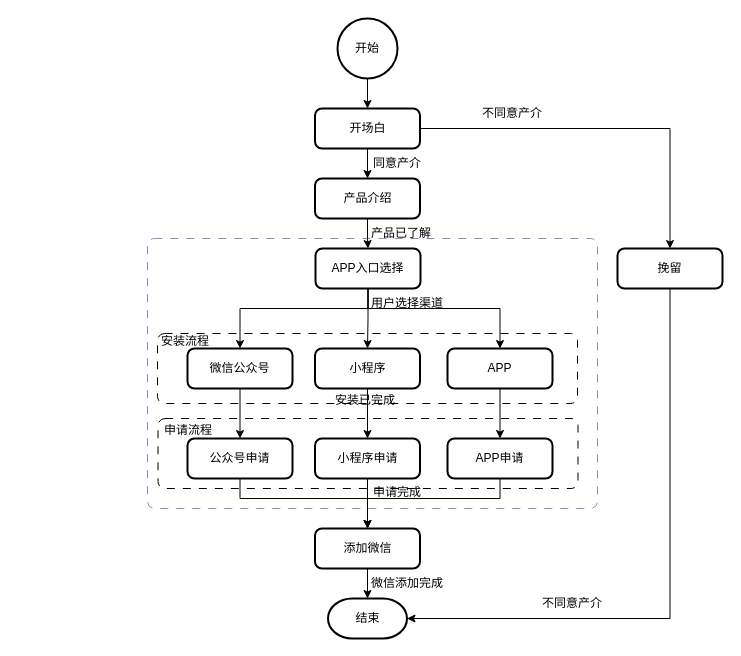
This is page "第 1 页" (1 of 2) of 未命名绘图.drawio from Qiuzg/fluent, a draw.io file, before an edit. Source tidied: cells renumbered, new cells numbered last; positions are measured from the earlier drawing's top-left corner, leaving out a move shared by most shapes. Both pictures are drawn from the tidied source at 100%, with x=0, y=0 at pixel (147, 18).
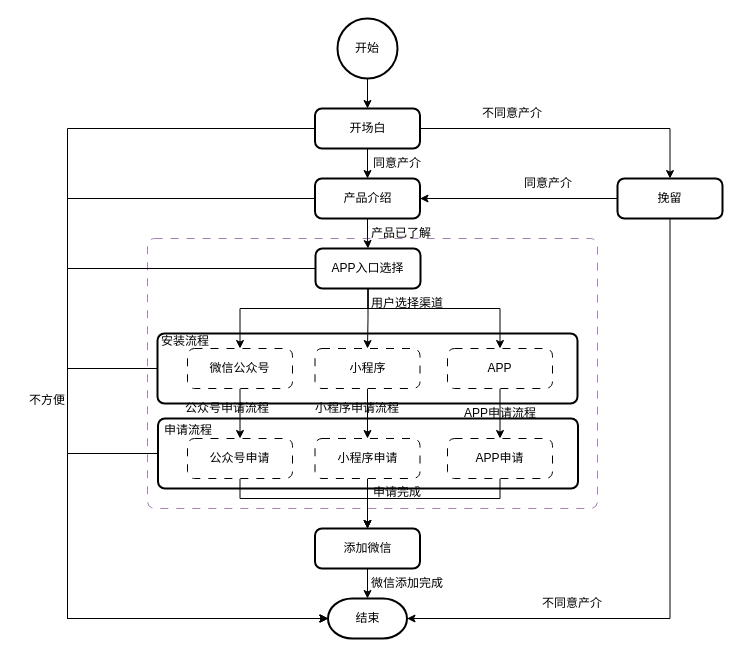
The same page after the edit.

Commit message (it also covers changes not shown here):
更新未命名绘图.drawio

Unchanged cells that the change refers to:
```xml
<mxCell id="9" value="开场白" style="rounded=1;whiteSpace=wrap;html=1;absoluteArcSize=1;arcSize=14;strokeWidth=2;" parent="1" vertex="1">
  <mxGeometry x="167.5" y="90" width="105" height="40" as="geometry" />
</mxCell>
<mxCell id="11" value="产品介绍" style="rounded=1;whiteSpace=wrap;html=1;absoluteArcSize=1;arcSize=14;strokeWidth=2;" parent="1" vertex="1">
  <mxGeometry x="167.5" y="160" width="105" height="40" as="geometry" />
</mxCell>
<mxCell id="15" value="APP入口选择" style="rounded=1;whiteSpace=wrap;html=1;absoluteArcSize=1;arcSize=14;strokeWidth=2;" parent="1" vertex="1">
  <mxGeometry x="168" y="230" width="105" height="40" as="geometry" />
</mxCell>
<mxCell id="30" value="结束" style="strokeWidth=2;html=1;shape=mxgraph.flowchart.terminator;whiteSpace=wrap;" parent="1" vertex="1">
  <mxGeometry x="180.5" y="580" width="79" height="40" as="geometry" />
</mxCell>
```

Diff of the diagram source:
```diff
@@
-    <mxCell id="3" style="rounded=1;whiteSpace=wrap;html=1;absoluteArcSize=1;arcSize=14;strokeWidth=1;dashed=1;dashPattern=8 8;" parent="1" vertex="1">
+    <mxCell id="3" style="rounded=1;whiteSpace=wrap;html=1;absoluteArcSize=1;arcSize=14;strokeWidth=2;" parent="1" vertex="1">
       <mxGeometry x="10.5" y="400" width="420" height="70" as="geometry" />
     </mxCell>
-    <mxCell id="4" style="rounded=1;whiteSpace=wrap;html=1;absoluteArcSize=1;arcSize=14;strokeWidth=1;dashed=1;dashPattern=8 8;" parent="1" vertex="1">
+    <mxCell id="4" style="rounded=1;whiteSpace=wrap;html=1;absoluteArcSize=1;arcSize=14;strokeWidth=2;" parent="1" vertex="1">
       <mxGeometry x="10" y="315" width="420" height="70" as="geometry" />
     </mxCell>
@@
-    <mxCell id="17" value="微信公众号" style="rounded=1;whiteSpace=wrap;html=1;absoluteArcSize=1;arcSize=14;strokeWidth=2;" parent="1" vertex="1">
+    <mxCell id="17" value="微信公众号" style="rounded=1;whiteSpace=wrap;html=1;absoluteArcSize=1;arcSize=14;strokeWidth=1;dashed=1;dashPattern=8 8;" parent="1" vertex="1">
       <mxGeometry x="40" y="330" width="105" height="40" as="geometry" />
     </mxCell>
@@
-    <mxCell id="19" value="小程序" style="rounded=1;whiteSpace=wrap;html=1;absoluteArcSize=1;arcSize=14;strokeWidth=2;" parent="1" vertex="1">
+    <mxCell id="19" value="小程序" style="rounded=1;whiteSpace=wrap;html=1;absoluteArcSize=1;arcSize=14;strokeWidth=1;dashed=1;dashPattern=8 8;" parent="1" vertex="1">
       <mxGeometry x="167.5" y="330" width="105" height="40" as="geometry" />
     </mxCell>
@@
-    <mxCell id="21" value="APP" style="rounded=1;whiteSpace=wrap;html=1;absoluteArcSize=1;arcSize=14;strokeWidth=2;" parent="1" vertex="1">
+    <mxCell id="21" value="APP" style="rounded=1;whiteSpace=wrap;html=1;absoluteArcSize=1;arcSize=14;strokeWidth=1;dashed=1;dashPattern=8 8;" parent="1" vertex="1">
       <mxGeometry x="300" y="330" width="105" height="40" as="geometry" />
     </mxCell>
@@
-    <mxCell id="23" value="公众号申请" style="rounded=1;whiteSpace=wrap;html=1;absoluteArcSize=1;arcSize=14;strokeWidth=2;" parent="1" vertex="1">
+    <mxCell id="23" value="公众号申请" style="rounded=1;whiteSpace=wrap;html=1;absoluteArcSize=1;arcSize=14;strokeWidth=1;dashed=1;dashPattern=8 8;" parent="1" vertex="1">
       <mxGeometry x="40" y="420" width="105" height="40" as="geometry" />
     </mxCell>
@@
-    <mxCell id="25" value="小程序申请" style="rounded=1;whiteSpace=wrap;html=1;absoluteArcSize=1;arcSize=14;strokeWidth=2;" parent="1" vertex="1">
+    <mxCell id="25" value="小程序申请" style="rounded=1;whiteSpace=wrap;html=1;absoluteArcSize=1;arcSize=14;strokeWidth=1;dashed=1;dashPattern=8 8;" parent="1" vertex="1">
       <mxGeometry x="167.5" y="420" width="105" height="40" as="geometry" />
     </mxCell>
@@
-    <mxCell id="27" value="APP申请" style="rounded=1;whiteSpace=wrap;html=1;absoluteArcSize=1;arcSize=14;strokeWidth=2;" parent="1" vertex="1">
+    <mxCell id="27" value="APP申请" style="rounded=1;whiteSpace=wrap;html=1;absoluteArcSize=1;arcSize=14;strokeWidth=1;dashed=1;dashPattern=8 8;" parent="1" vertex="1">
       <mxGeometry x="300" y="420" width="105" height="40" as="geometry" />
     </mxCell>
@@
+    <mxCell id="43" style="edgeStyle=orthogonalEdgeStyle;rounded=0;jettySize=auto;html=1;entryX=1;entryY=0.5;entryDx=0;entryDy=0;" parent="1" edge="1" source="33" target="11">
+      <mxGeometry relative="1" as="geometry" />
+    </mxCell>
     <mxCell id="33" value="挽留" style="rounded=1;whiteSpace=wrap;html=1;absoluteArcSize=1;arcSize=14;strokeWidth=2;" parent="1" vertex="1">
-      <mxGeometry x="470" y="230" width="105" height="40" as="geometry" />
+      <mxGeometry x="470" y="160" width="105" height="40" as="geometry" />
     </mxCell>
@@
-    <mxCell id="39" value="安装已完成" style="text;html=1;whiteSpace=wrap;strokeColor=none;fillColor=none;align=center;verticalAlign=middle;rounded=0;" parent="1" vertex="1">
-      <mxGeometry x="168" y="367" width="100" height="30" as="geometry" />
-    </mxCell>
@@
+    <mxCell id="44" value="公众号申请流程" style="text;html=1;whiteSpace=wrap;strokeColor=none;fillColor=none;align=center;verticalAlign=middle;rounded=0;" parent="1" vertex="1">
+      <mxGeometry x="30" y="375" width="100" height="30" as="geometry" />
+    </mxCell>
+    <mxCell id="45" value="小程序申请流程" style="text;html=1;whiteSpace=wrap;strokeColor=none;fillColor=none;align=center;verticalAlign=middle;rounded=0;" parent="1" vertex="1">
+      <mxGeometry x="159.5" y="375" width="100" height="30" as="geometry" />
+    </mxCell>
+    <mxCell id="46" value="APP申请流程" style="text;html=1;whiteSpace=wrap;strokeColor=none;fillColor=none;align=center;verticalAlign=middle;rounded=0;" parent="1" vertex="1">
+      <mxGeometry x="302.5" y="380" width="100" height="30" as="geometry" />
+    </mxCell>
+    <mxCell id="47" value="同意产介" style="text;html=1;whiteSpace=wrap;strokeColor=none;fillColor=none;align=center;verticalAlign=middle;rounded=0;" parent="1" vertex="1">
+      <mxGeometry x="370.5" y="150" width="60" height="30" as="geometry" />
+    </mxCell>
+    <mxCell id="48" style="edgeStyle=orthogonalEdgeStyle;rounded=0;jettySize=auto;html=1;entryX=0;entryY=0.5;entryDx=0;entryDy=0;entryPerimeter=0;" parent="1" edge="1" source="9" target="30">
+      <mxGeometry relative="1" as="geometry">
+        <Array as="points">
+          <mxPoint x="-80" y="110" />
+          <mxPoint x="-80" y="600" />
+        </Array>
+      </mxGeometry>
+    </mxCell>
+    <mxCell id="49" style="edgeStyle=orthogonalEdgeStyle;rounded=0;jettySize=auto;html=1;entryX=0;entryY=0.5;entryDx=0;entryDy=0;entryPerimeter=0;" parent="1" edge="1" source="11" target="30">
+      <mxGeometry relative="1" as="geometry">
+        <Array as="points">
+          <mxPoint x="-80" y="180" />
+          <mxPoint x="-80" y="600" />
+        </Array>
+      </mxGeometry>
+    </mxCell>
+    <mxCell id="50" style="edgeStyle=orthogonalEdgeStyle;rounded=0;jettySize=auto;html=1;entryX=0;entryY=0.5;entryDx=0;entryDy=0;entryPerimeter=0;" parent="1" edge="1" source="15" target="30">
+      <mxGeometry relative="1" as="geometry">
+        <Array as="points">
+          <mxPoint x="-80" y="250" />
+          <mxPoint x="-80" y="600" />
+        </Array>
+      </mxGeometry>
+    </mxCell>
+    <mxCell id="51" style="edgeStyle=orthogonalEdgeStyle;rounded=0;jettySize=auto;html=1;entryX=0;entryY=0.5;entryDx=0;entryDy=0;entryPerimeter=0;" parent="1" edge="1" source="4" target="30">
+      <mxGeometry relative="1" as="geometry">
+        <Array as="points">
+          <mxPoint x="-80" y="350" />
+          <mxPoint x="-80" y="600" />
+        </Array>
+      </mxGeometry>
+    </mxCell>
+    <mxCell id="52" style="edgeStyle=orthogonalEdgeStyle;rounded=0;jettySize=auto;html=1;entryX=0;entryY=0.5;entryDx=0;entryDy=0;entryPerimeter=0;" parent="1" edge="1" source="3" target="30">
+      <mxGeometry relative="1" as="geometry">
+        <Array as="points">
+          <mxPoint x="-80" y="435" />
+          <mxPoint x="-80" y="600" />
+        </Array>
+      </mxGeometry>
+    </mxCell>
+    <mxCell id="53" value="不方便" style="text;html=1;whiteSpace=wrap;strokeColor=none;fillColor=none;align=center;verticalAlign=middle;rounded=0;" parent="1" vertex="1">
+      <mxGeometry x="-130" y="367" width="60" height="30" as="geometry" />
+    </mxCell>
```
